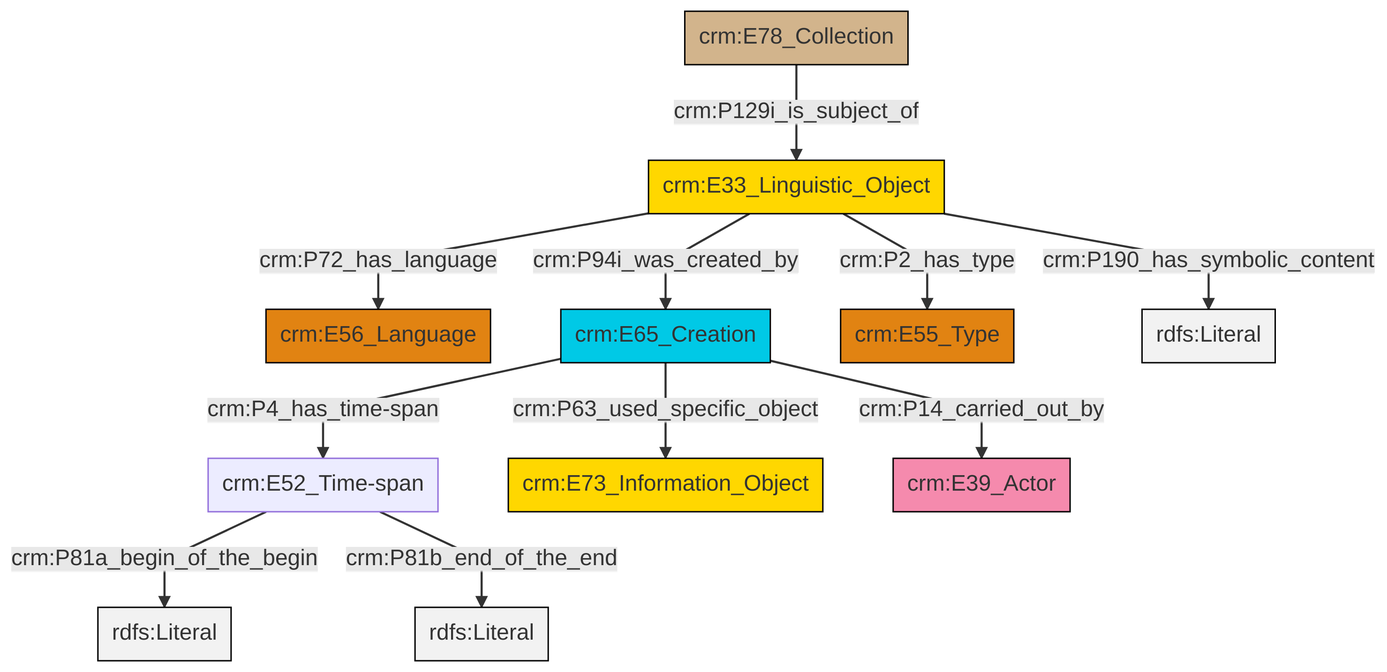
Before: et/archivalCSV/ttl/mmd/png/archival_desc.png, a diagram exported from Mermaid (swiss-art-research-net/docs.swissartresearch). Its source is kept beside it as et/archivalCSV/ttl/mmd/archival_desc.ttl.mmd.
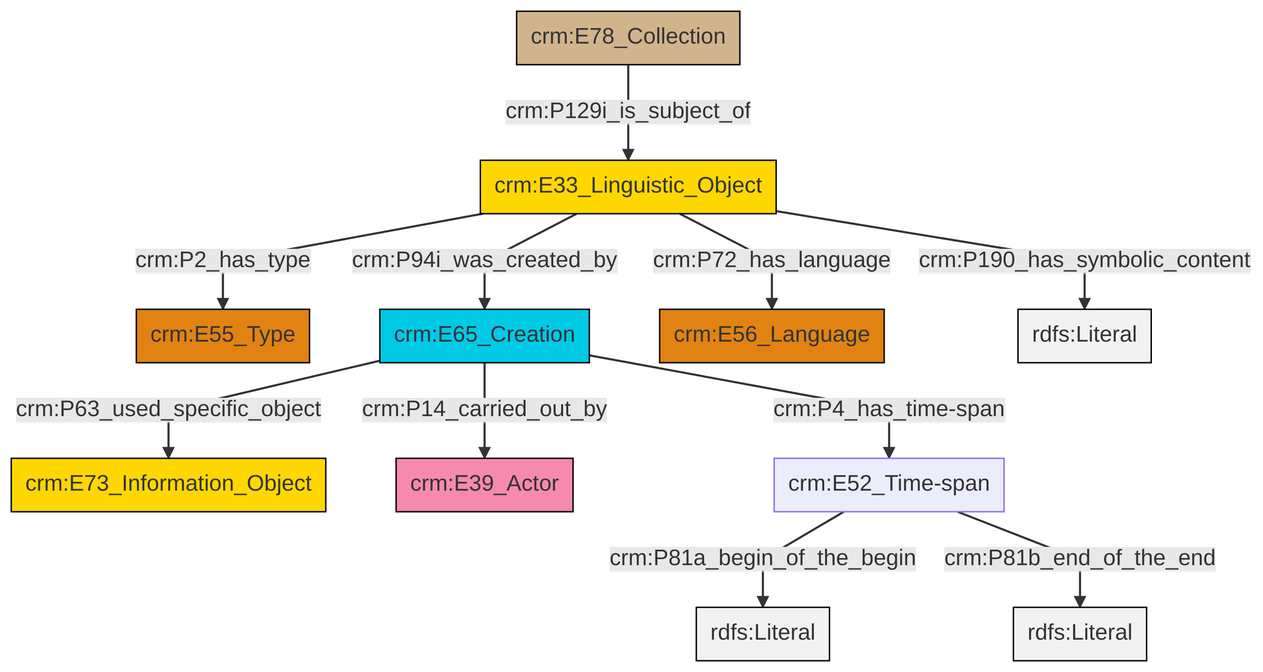
Above is the later version.

Diff of the diagram source:
```diff
@@ -13,13 +13,13 @@
 classDef PC_Classes fill:#4ce600, stroke:#000000;
 classDef Multi fill:#cccccc,stroke:#000000;
 
-0["crm:E52_Time-span"]:::Default -->|crm:P81a_begin_of_the_begin| 1[rdfs:Literal]:::Literal
-0["crm:E52_Time-span"]:::Default -->|crm:P81b_end_of_the_end| 2[rdfs:Literal]:::Literal
-5["crm:E33_Linguistic_Object"]:::Conceptual_Object -->|crm:P72_has_language| 6["crm:E56_Language"]:::Type
-7["crm:E78_Collection"]:::Physical_Thing -->|crm:P129i_is_subject_of| 5["crm:E33_Linguistic_Object"]:::Conceptual_Object
-8["crm:E65_Creation"]:::Temporal_Entity -->|crm:P14_carried_out_by| 9["crm:E39_Actor"]:::Actor
-8["crm:E65_Creation"]:::Temporal_Entity -->|crm:P4_has_time-span| 0["crm:E52_Time-span"]:::Default
-5["crm:E33_Linguistic_Object"]:::Conceptual_Object -->|crm:P94i_was_created_by| 8["crm:E65_Creation"]:::Temporal_Entity
-5["crm:E33_Linguistic_Object"]:::Conceptual_Object -->|crm:P190_has_symbolic_content| 17[rdfs:Literal]:::Literal
-5["crm:E33_Linguistic_Object"]:::Conceptual_Object -->|crm:P2_has_type| 15["crm:E55_Type"]:::Type
-8["crm:E65_Creation"]:::Temporal_Entity -->|crm:P63_used_specific_object| 3["crm:E73_Information_Object"]:::Conceptual_Object
+10["crm:E65_Creation"]:::Temporal_Entity -->|crm:P4_has_time-span| 11["crm:E52_Time-span"]:::Default
+10["crm:E65_Creation"]:::Temporal_Entity -->|crm:P63_used_specific_object| 6["crm:E73_Information_Object"]:::Conceptual_Object
+4["crm:E33_Linguistic_Object"]:::Conceptual_Object -->|crm:P2_has_type| 0["crm:E55_Type"]:::Type
+4["crm:E33_Linguistic_Object"]:::Conceptual_Object -->|crm:P72_has_language| 12["crm:E56_Language"]:::Type
+2["crm:E78_Collection"]:::Physical_Thing -->|crm:P129i_is_subject_of| 4["crm:E33_Linguistic_Object"]:::Conceptual_Object
+4["crm:E33_Linguistic_Object"]:::Conceptual_Object -->|crm:P94i_was_created_by| 10["crm:E65_Creation"]:::Temporal_Entity
+10["crm:E65_Creation"]:::Temporal_Entity -->|crm:P14_carried_out_by| 8["crm:E39_Actor"]:::Actor
+11["crm:E52_Time-span"]:::Default -->|crm:P81a_begin_of_the_begin| 14[rdfs:Literal]:::Literal
+11["crm:E52_Time-span"]:::Default -->|crm:P81b_end_of_the_end| 15[rdfs:Literal]:::Literal
+4["crm:E33_Linguistic_Object"]:::Conceptual_Object -->|crm:P190_has_symbolic_content| 16[rdfs:Literal]:::Literal
```
